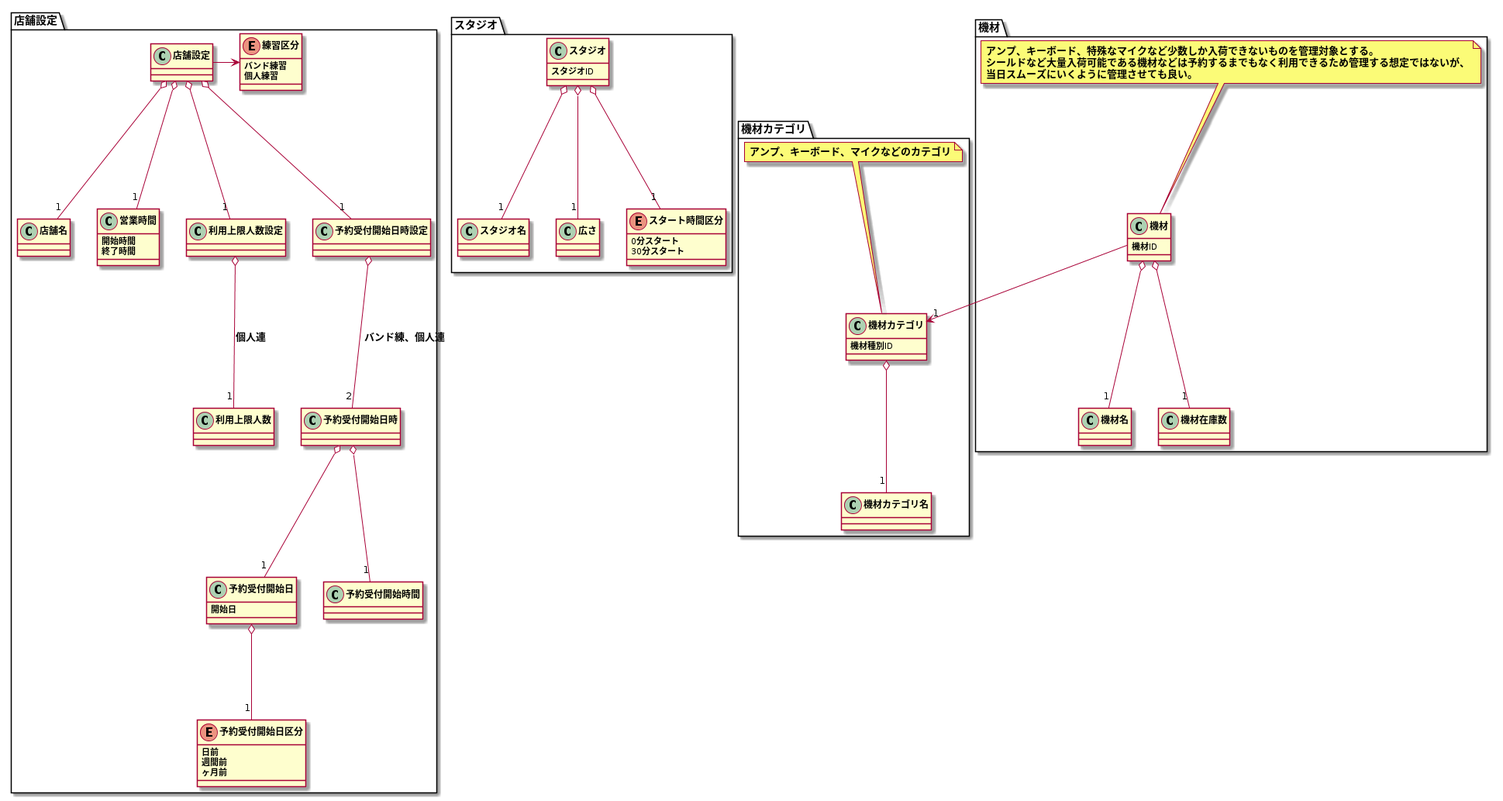
Earlier version of the PlantUML export modeling/07_DomainModel_設備管理/DomainModel.png (TakashiOnawa/ddd-practice-studio-reservation). The source it was exported from:
```plantuml
@startuml DomainModel

package 店舗設定 {
    class 店舗設定

    class 店舗名

    class 営業時間 {
        開始時間
        終了時間
    }

    enum 練習区分 {
        バンド練習
        個人練習
    }

    class 利用上限人数設定
    class 利用上限人数
    利用上限人数設定 o-- "1" 利用上限人数 : 個人連

    class 予約受付開始日時設定
    class 予約受付開始日時
    class 予約受付開始日 {
        開始日
    }
    enum 予約受付開始日区分 {
        日前
        週間前
        ヶ月前
    }
    予約受付開始日時設定 o-- "2" 予約受付開始日時 : バンド練、個人連
    予約受付開始日 o-- "1" 予約受付開始日区分

    class 予約受付開始時間
    予約受付開始日時 o-- "1" 予約受付開始日
    予約受付開始日時 o-- "1" 予約受付開始時間

    店舗設定 o-- "1" 店舗名
    店舗設定 o-- "1" 営業時間
    店舗設定 o-- "1" 予約受付開始日時設定
    店舗設定 o-- "1" 利用上限人数設定
    店舗設定 -> 練習区分
}

package スタジオ {
    class スタジオ {
        スタジオID
    }

    class スタジオ名
    class 広さ

    enum スタート時間区分 {
        0分スタート
        30分スタート
    }

    スタジオ o-- "1" スタジオ名
    スタジオ o-- "1" 広さ
    スタジオ o-- "1" スタート時間区分
}

package 機材カテゴリ {
    class 機材カテゴリ {
        機材種別ID
    }
    class 機材カテゴリ名
    機材カテゴリ o-- "1" 機材カテゴリ名

    note top of 機材カテゴリ
    アンプ、キーボード、マイクなどのカテゴリ
    end note
}

package 機材 {
    class 機材 {
        機材ID
    }
    class 機材名
    class 機材在庫数

    機材 --> "1" 機材カテゴリ
    機材 o-- "1" 機材名
    機材 o-- "1" 機材在庫数

    note top of 機材
    アンプ、キーボード、特殊なマイクなど少数しか入荷できないものを管理対象とする。
    シールドなど大量入荷可能である機材などは予約するまでもなく利用できるため管理する想定ではないが、
    当日スムーズにいくように管理させても良い。
    end note
}

@enduml
```
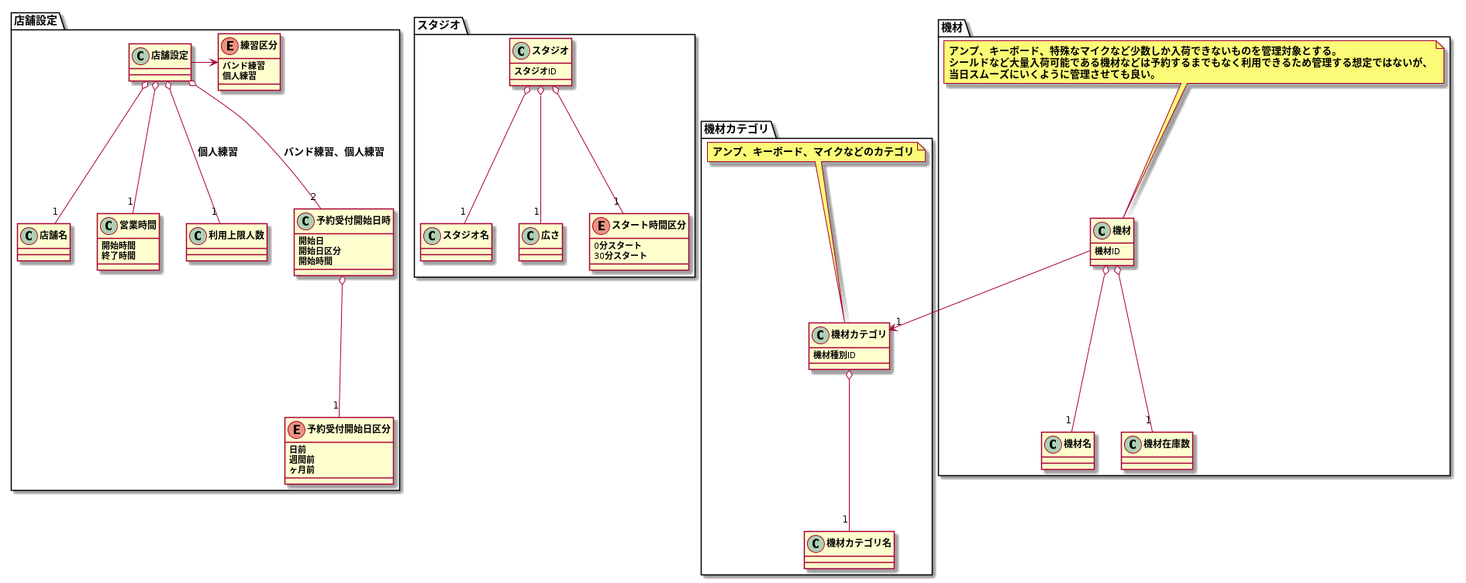
Above is the later version.

Diff of the diagram source:
```diff
@@ -15,31 +15,24 @@
         個人練習
     }
 
-    class 利用上限人数設定
     class 利用上限人数
-    利用上限人数設定 o-- "1" 利用上限人数 : 個人連
 
-    class 予約受付開始日時設定
-    class 予約受付開始日時
-    class 予約受付開始日 {
+    class 予約受付開始日時 {
         開始日
+        開始日区分
+        開始時間
     }
     enum 予約受付開始日区分 {
         日前
         週間前
         ヶ月前
     }
-    予約受付開始日時設定 o-- "2" 予約受付開始日時 : バンド練、個人連
-    予約受付開始日 o-- "1" 予約受付開始日区分
-
-    class 予約受付開始時間
-    予約受付開始日時 o-- "1" 予約受付開始日
-    予約受付開始日時 o-- "1" 予約受付開始時間
+    予約受付開始日時 o-- "1" 予約受付開始日区分
 
     店舗設定 o-- "1" 店舗名
     店舗設定 o-- "1" 営業時間
-    店舗設定 o-- "1" 予約受付開始日時設定
-    店舗設定 o-- "1" 利用上限人数設定
+    店舗設定 o-- "2" 予約受付開始日時 : バンド練習、個人練習
+    店舗設定 o-- "1" 利用上限人数 : 個人練習
     店舗設定 -> 練習区分
 }
 
```
